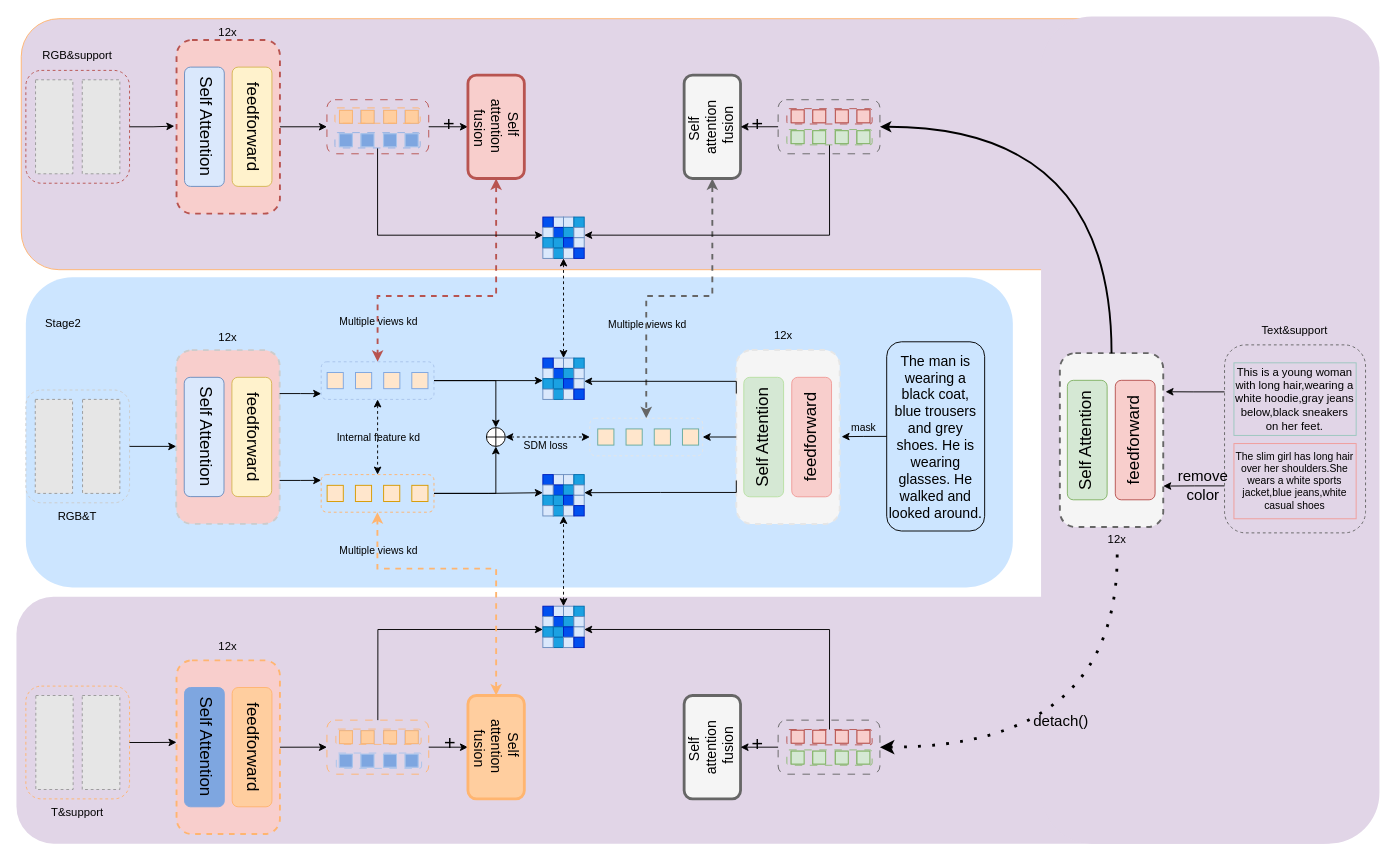
CZYdeGithub/drawio keeps this draw.io diagram as 12.10mulkd_student.drawio. Above is the earlier version. Source tidied: cells renumbered, new cells numbered last; positions are measured from the earlier drawing's top-left corner, leaving out a move shared by most shapes. Both pictures are drawn from the tidied source at 94%, with x=0, y=0 at pixel (16, 16). Pictures stored in the file or linked from it are replaced by grey dashed boxes.
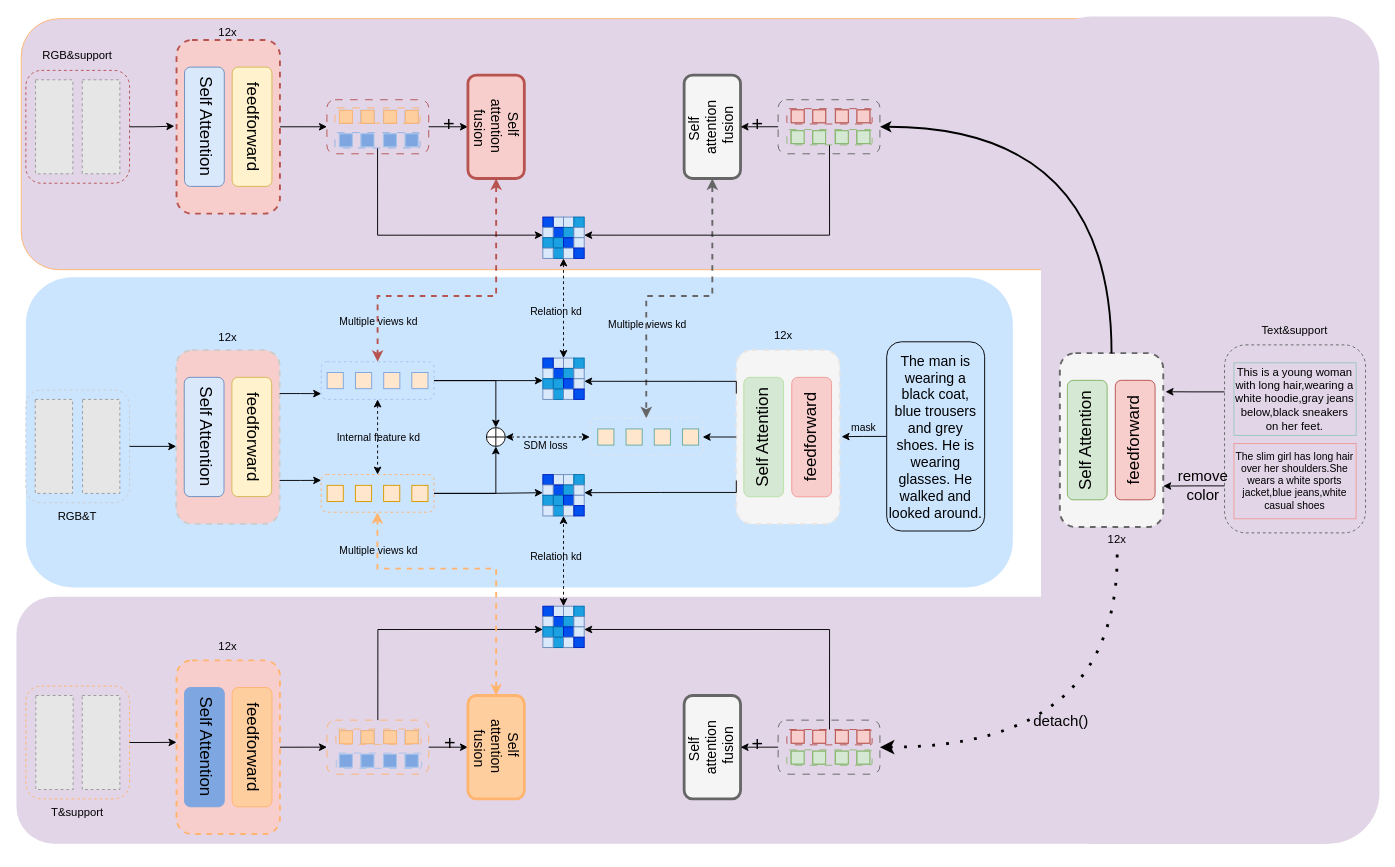
The same page after the edit.

Change to the diagram source:
```diff
@@
-    <mxCell id="114" value="Stage2" style="text;html=1;align=center;verticalAlign=middle;whiteSpace=wrap;rounded=0;" parent="1" vertex="1">
-      <mxGeometry x="20" y="312.4" width="60" height="30" as="geometry" />
-    </mxCell>
@@
+    <mxCell id="265" value="Relation kd" style="edgeLabel;html=1;align=center;verticalAlign=middle;labelBackgroundColor=none;" parent="1" vertex="1">
+      <mxGeometry x="570" y="319.4" as="geometry">
+        <mxPoint x="3" y="-6" as="offset" />
+      </mxGeometry>
+    </mxCell>
+    <mxCell id="266" value="Relation kd" style="edgeLabel;html=1;align=center;verticalAlign=middle;labelBackgroundColor=none;" parent="1" vertex="1">
+      <mxGeometry x="570" y="580" as="geometry">
+        <mxPoint x="3" y="-6" as="offset" />
+      </mxGeometry>
+    </mxCell>
```
